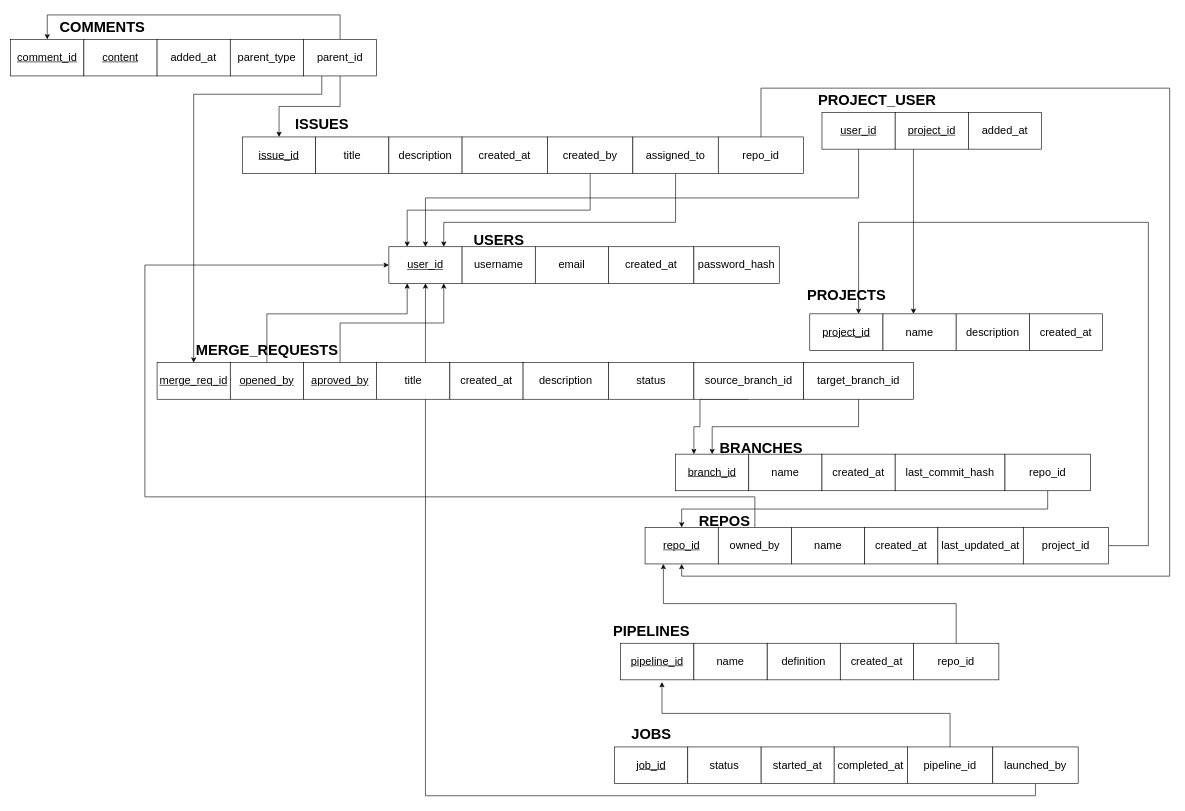
The draw.io diagram Untitled Diagram.drawio in briansterle/devops-platform-db, before the edit. Source tidied: cells renumbered, new cells numbered last; positions are measured from the earlier drawing's top-left corner, leaving out a move shared by most shapes. Both pictures are drawn from the tidied source at 61%, with x=0, y=0 at pixel (10, 15).
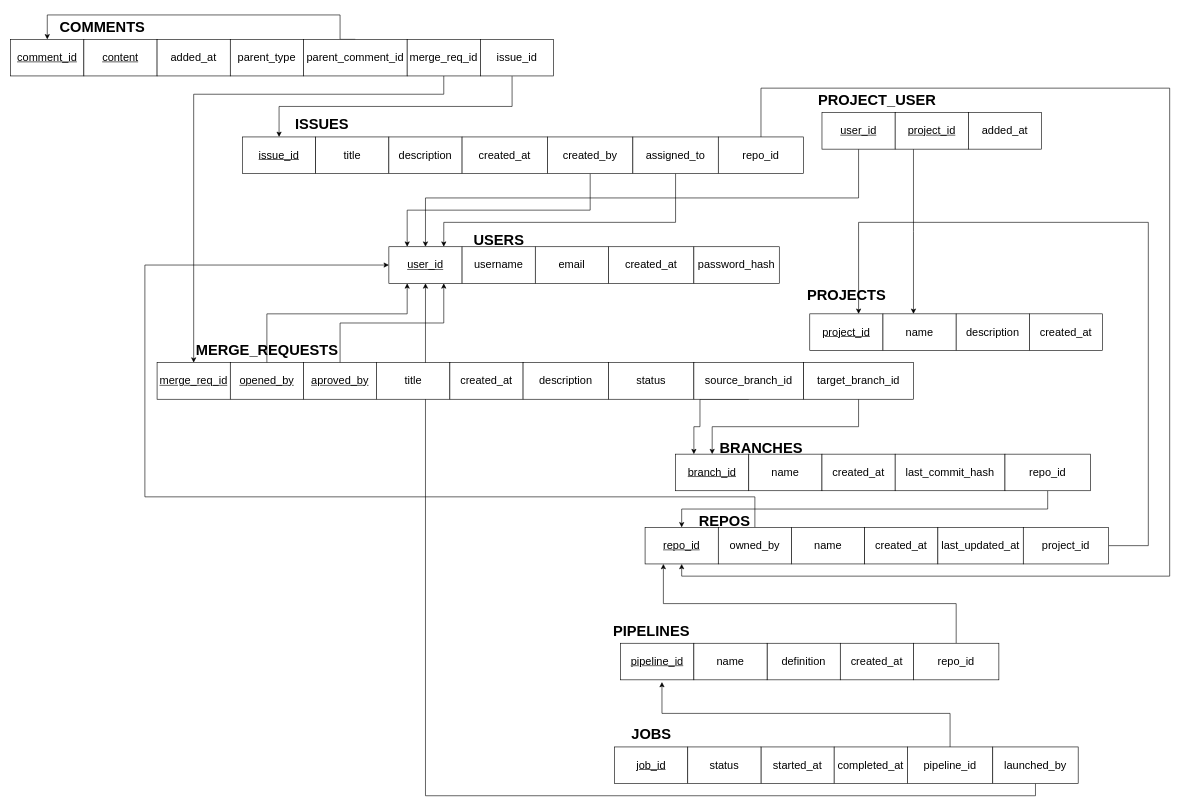
The same diagram, later.

Commit message:
fixed comment fks

The change refers to these unchanged cells:
```xml
<mxCell id="19" value="&lt;u&gt;&lt;font style=&quot;font-size: 18px;&quot;&gt;merge_req_id&lt;/font&gt;&lt;/u&gt;" style="rounded=0;whiteSpace=wrap;html=1;" parent="1" vertex="1">
  <mxGeometry x="240" y="570" width="120" height="60" as="geometry" />
</mxCell>
<mxCell id="37" value="&lt;u&gt;&lt;font style=&quot;font-size: 18px;&quot;&gt;issue_id&lt;/font&gt;&lt;/u&gt;" style="rounded=0;whiteSpace=wrap;html=1;" parent="1" vertex="1">
  <mxGeometry x="380" y="200" width="120" height="60" as="geometry" />
</mxCell>
```

What changed in the source:
```diff
@@
-    <mxCell id="57" style="edgeStyle=orthogonalEdgeStyle;rounded=0;jettySize=auto;html=1;exitX=0.5;exitY=1;exitDx=0;exitDy=0;entryX=0.5;entryY=0;entryDx=0;entryDy=0;" parent="1" edge="1" source="59" target="37">
+    <mxCell id="57" style="edgeStyle=orthogonalEdgeStyle;rounded=0;jettySize=auto;html=1;exitX=0.433;exitY=1.007;exitDx=0;exitDy=0;entryX=0.5;entryY=0;entryDx=0;entryDy=0;exitPerimeter=0;" parent="1" edge="1" source="86" target="37">
       <mxGeometry relative="1" as="geometry" />
     </mxCell>
-    <mxCell id="58" style="edgeStyle=orthogonalEdgeStyle;rounded=0;jettySize=auto;html=1;exitX=0.25;exitY=1;exitDx=0;exitDy=0;" parent="1" edge="1" source="59" target="19">
+    <mxCell id="58" style="edgeStyle=orthogonalEdgeStyle;rounded=0;jettySize=auto;html=1;exitX=0.5;exitY=1;exitDx=0;exitDy=0;" parent="1" edge="1" source="85" target="19">
       <mxGeometry relative="1" as="geometry">
         <Array as="points">
-          <mxPoint x="510" y="130" />
+          <mxPoint x="710" y="130" />
           <mxPoint x="300" y="130" />
         </Array>
       </mxGeometry>
     </mxCell>
-    <mxCell id="59" value="&lt;span style=&quot;font-size: 18px;&quot;&gt;parent_id&lt;/span&gt;" style="rounded=0;whiteSpace=wrap;html=1;" parent="1" vertex="1">
-      <mxGeometry x="480" y="40" width="120" height="60" as="geometry" />
+    <mxCell id="59" value="&lt;span style=&quot;font-size: 18px;&quot;&gt;parent_comment_id&lt;/span&gt;" style="rounded=0;whiteSpace=wrap;html=1;" parent="1" vertex="1">
+      <mxGeometry x="480" y="40" width="170" height="60" as="geometry" />
     </mxCell>
@@
+    <mxCell id="85" value="&lt;span style=&quot;font-size: 18px;&quot;&gt;merge_req_id&lt;/span&gt;" style="rounded=0;whiteSpace=wrap;html=1;" parent="1" vertex="1">
+      <mxGeometry x="650" y="40" width="120" height="60" as="geometry" />
+    </mxCell>
+    <mxCell id="86" value="&lt;span style=&quot;font-size: 18px;&quot;&gt;issue_id&lt;/span&gt;" style="rounded=0;whiteSpace=wrap;html=1;" parent="1" vertex="1">
+      <mxGeometry x="770" y="40" width="120" height="60" as="geometry" />
+    </mxCell>
```
